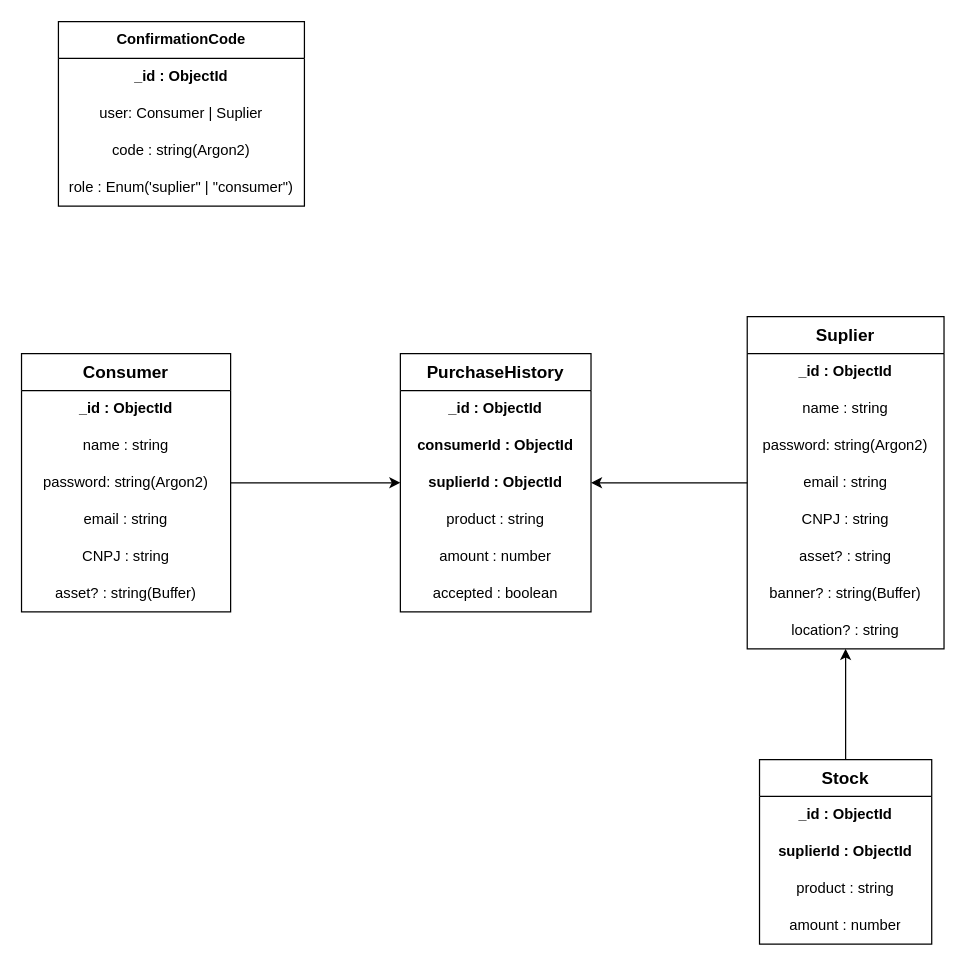
Earlier version of the draw.io diagram Mongo Models.drawio (rettek-org/rettek-docs). Source tidied: cells renumbered, new cells numbered last; positions are measured from the earlier drawing's top-left corner, leaving out a move shared by most shapes. Both pictures are drawn from the tidied source at 123%, with x=0, y=0 at pixel (21, 21).
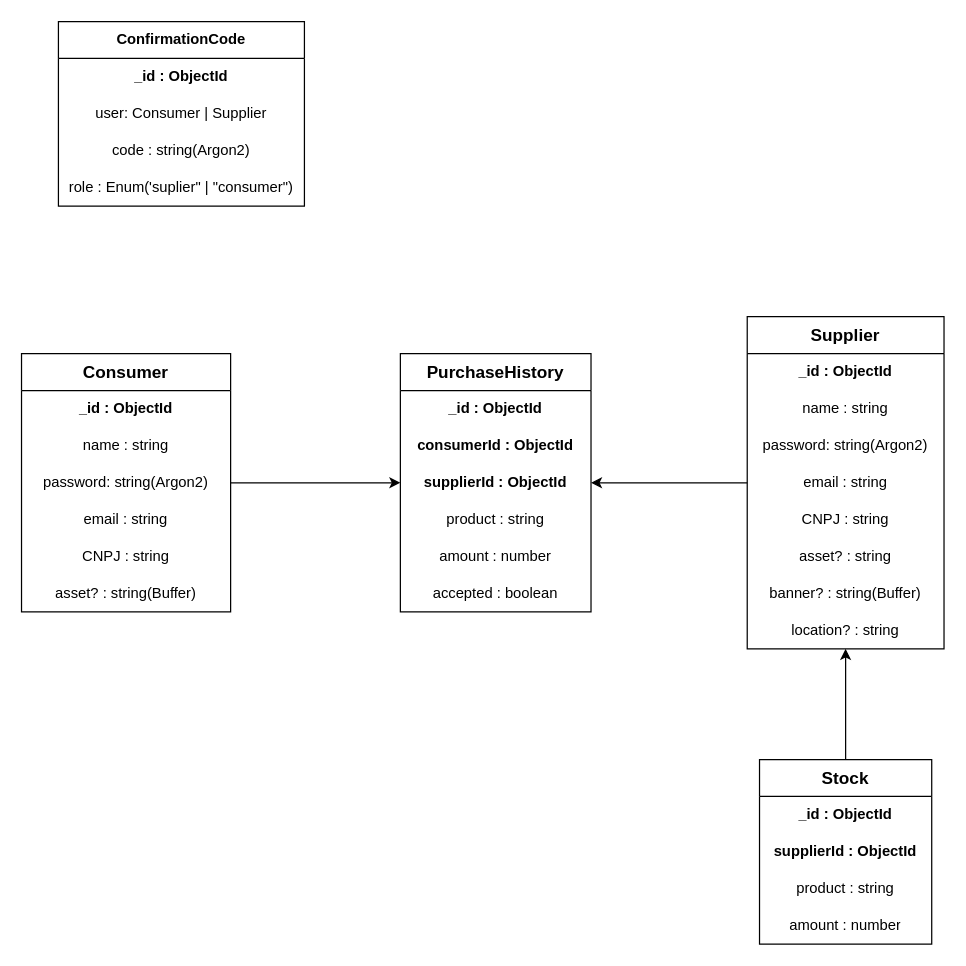
The same page after the edit.

The change refers to these unchanged cells:
```xml
<mxCell id="2" value="&lt;b&gt;ConfirmationCode&lt;/b&gt;" style="swimlane;fontStyle=0;horizontal=1;startSize=30;whiteSpace=wrap;html=1;align=center;" parent="1" vertex="1">
  <mxGeometry x="30" width="200" height="150" as="geometry" />
</mxCell>
<mxCell id="26" value="&lt;b&gt;&lt;font style=&quot;font-size: 14px;&quot;&gt;Stock&lt;/font&gt;&lt;/b&gt;" style="swimlane;fontStyle=0;horizontal=1;startSize=30;whiteSpace=wrap;html=1;align=center;" parent="1" vertex="1">
  <mxGeometry x="600" y="600" width="140" height="150" as="geometry" />
</mxCell>
<mxCell id="31" value="&lt;b&gt;&lt;font style=&quot;font-size: 14px;&quot;&gt;PurchaseHistory&lt;/font&gt;&lt;/b&gt;" style="swimlane;fontStyle=0;horizontal=1;startSize=30;whiteSpace=wrap;html=1;align=center;" parent="1" vertex="1">
  <mxGeometry x="308" y="270" width="155" height="210" as="geometry" />
</mxCell>
```

Change to the diagram source:
```diff
@@
-    <mxCell id="4" value="user: Consumer | Suplier" style="text;strokeColor=none;fillColor=none;align=center;verticalAlign=middle;spacingLeft=4;spacingRight=4;overflow=hidden;whiteSpace=wrap;html=1;" parent="2" vertex="1">
+    <mxCell id="4" value="user: Consumer | Supplier" style="text;strokeColor=none;fillColor=none;align=center;verticalAlign=middle;spacingLeft=4;spacingRight=4;overflow=hidden;whiteSpace=wrap;html=1;" parent="2" vertex="1">
       <mxGeometry y="60" width="200" height="30" as="geometry" />
     </mxCell>
@@
-    <mxCell id="16" value="&lt;b&gt;&lt;font style=&quot;font-size: 14px;&quot;&gt;Suplier&lt;/font&gt;&lt;/b&gt;" style="swimlane;fontStyle=0;horizontal=1;startSize=30;whiteSpace=wrap;html=1;align=center;" parent="1" vertex="1">
+    <mxCell id="16" value="&lt;b&gt;&lt;font style=&quot;font-size: 14px;&quot;&gt;Supplier&lt;/font&gt;&lt;/b&gt;" style="swimlane;fontStyle=0;horizontal=1;startSize=30;whiteSpace=wrap;html=1;align=center;" parent="1" vertex="1">
       <mxGeometry x="590" y="240" width="160" height="270" as="geometry" />
     </mxCell>
@@
-    <mxCell id="28" value="suplierId :&amp;nbsp;&lt;b&gt;ObjectId&lt;/b&gt;" style="text;strokeColor=none;fillColor=none;align=center;verticalAlign=middle;spacingLeft=4;spacingRight=4;overflow=hidden;whiteSpace=wrap;html=1;fontStyle=1;" parent="26" vertex="1">
+    <mxCell id="28" value="supplierId :&amp;nbsp;&lt;b&gt;ObjectId&lt;/b&gt;" style="text;strokeColor=none;fillColor=none;align=center;verticalAlign=middle;spacingLeft=4;spacingRight=4;overflow=hidden;whiteSpace=wrap;html=1;fontStyle=1;" parent="26" vertex="1">
       <mxGeometry y="60" width="140" height="30" as="geometry" />
     </mxCell>
@@
-    <mxCell id="34" value="suplierId :&amp;nbsp;&lt;b&gt;ObjectId&lt;/b&gt;" style="text;strokeColor=none;fillColor=none;align=center;verticalAlign=middle;spacingLeft=4;spacingRight=4;overflow=hidden;points=[[0,0.5],[1,0.5]];portConstraint=eastwest;whiteSpace=wrap;html=1;fontStyle=1;" parent="31" vertex="1">
+    <mxCell id="34" value="supplierId :&amp;nbsp;&lt;b&gt;ObjectId&lt;/b&gt;" style="text;strokeColor=none;fillColor=none;align=center;verticalAlign=middle;spacingLeft=4;spacingRight=4;overflow=hidden;points=[[0,0.5],[1,0.5]];portConstraint=eastwest;whiteSpace=wrap;html=1;fontStyle=1;" parent="31" vertex="1">
       <mxGeometry y="90" width="155" height="30" as="geometry" />
     </mxCell>
```
